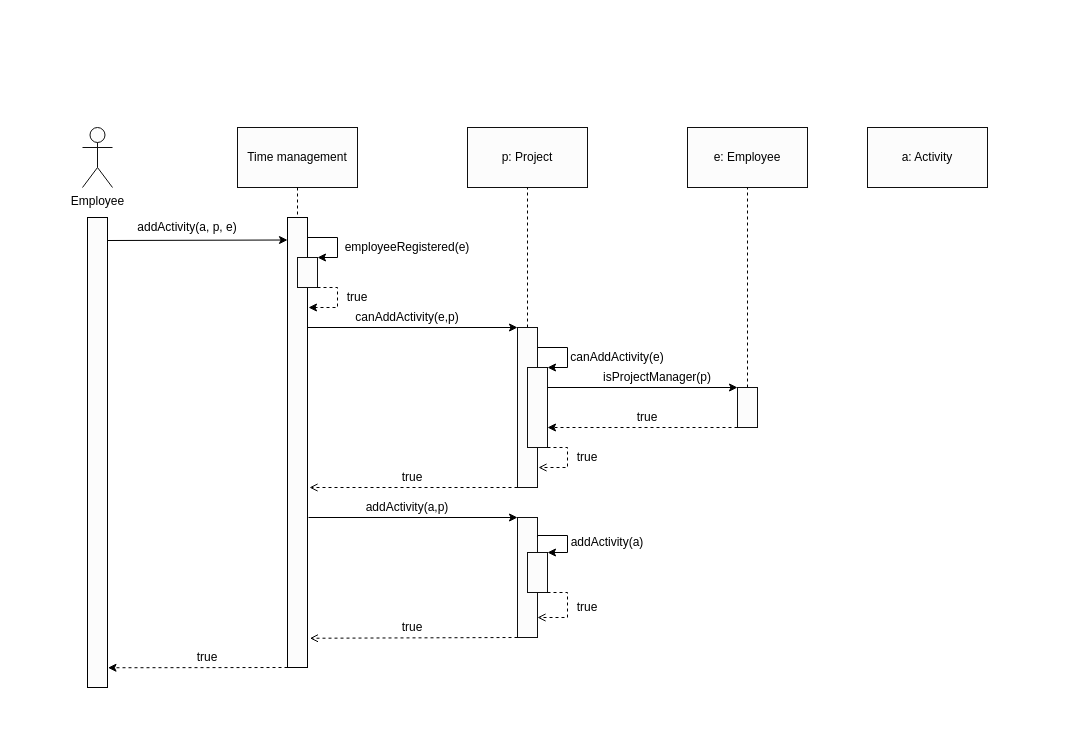
HLLissau/SoftwareProjekt keeps this draw.io diagram as addNewActivity-sequence-diagram.drawio. Above is the earlier version. Source tidied: cells renumbered, new cells numbered last; positions are measured from the earlier drawing's top-left corner, leaving out a move shared by most shapes. Both pictures are drawn from the tidied source at 100%, with x=0, y=0 at pixel (82, 127).
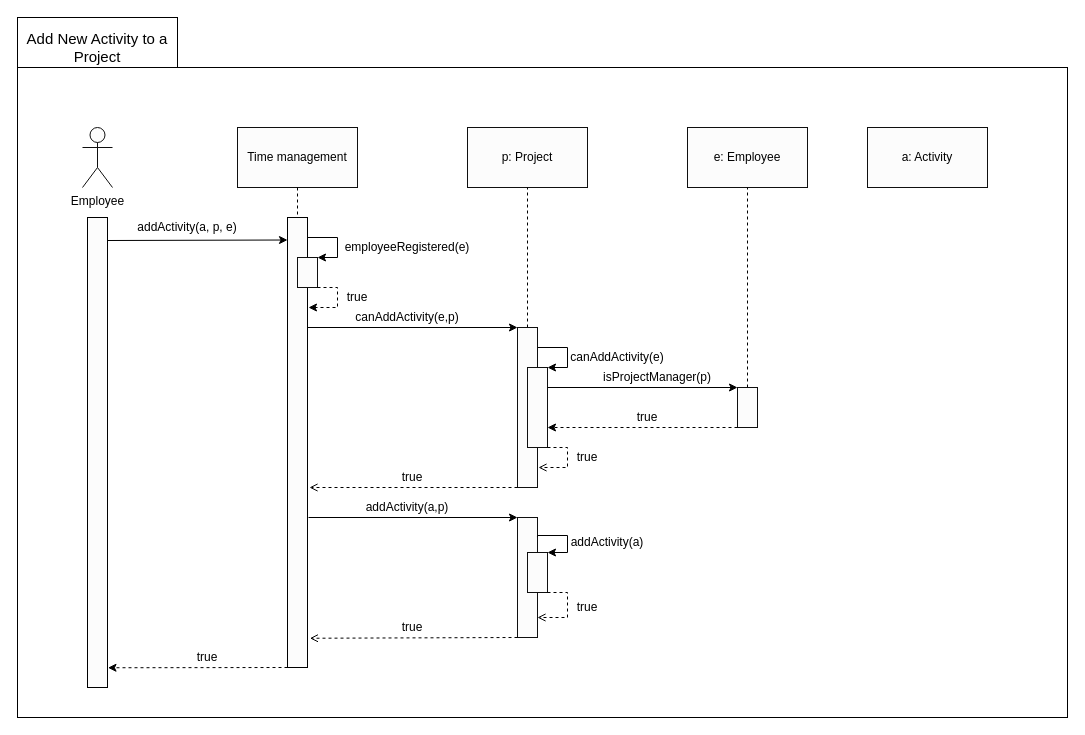
After the change.

Change to the diagram source:
```diff
@@
+    <mxCell id="46" style="rounded=0;whiteSpace=wrap;html=1;" parent="1" vertex="1">
+      <mxGeometry x="-65" y="-110" width="160" height="50" as="geometry" />
+    </mxCell>
+    <mxCell id="47" style="rounded=0;whiteSpace=wrap;html=1;" parent="1" vertex="1">
+      <mxGeometry x="-65" y="-60" width="1050" height="650" as="geometry" />
+    </mxCell>
@@
+    <mxCell id="48" value="&lt;font style=&quot;font-size: 15px&quot;&gt;Add New Activity to a Project&lt;/font&gt;" style="text;html=1;strokeColor=none;fillColor=none;align=center;verticalAlign=middle;whiteSpace=wrap;rounded=0;" parent="1" vertex="1">
+      <mxGeometry x="-60" y="-90" width="150" height="20" as="geometry" />
+    </mxCell>
```
